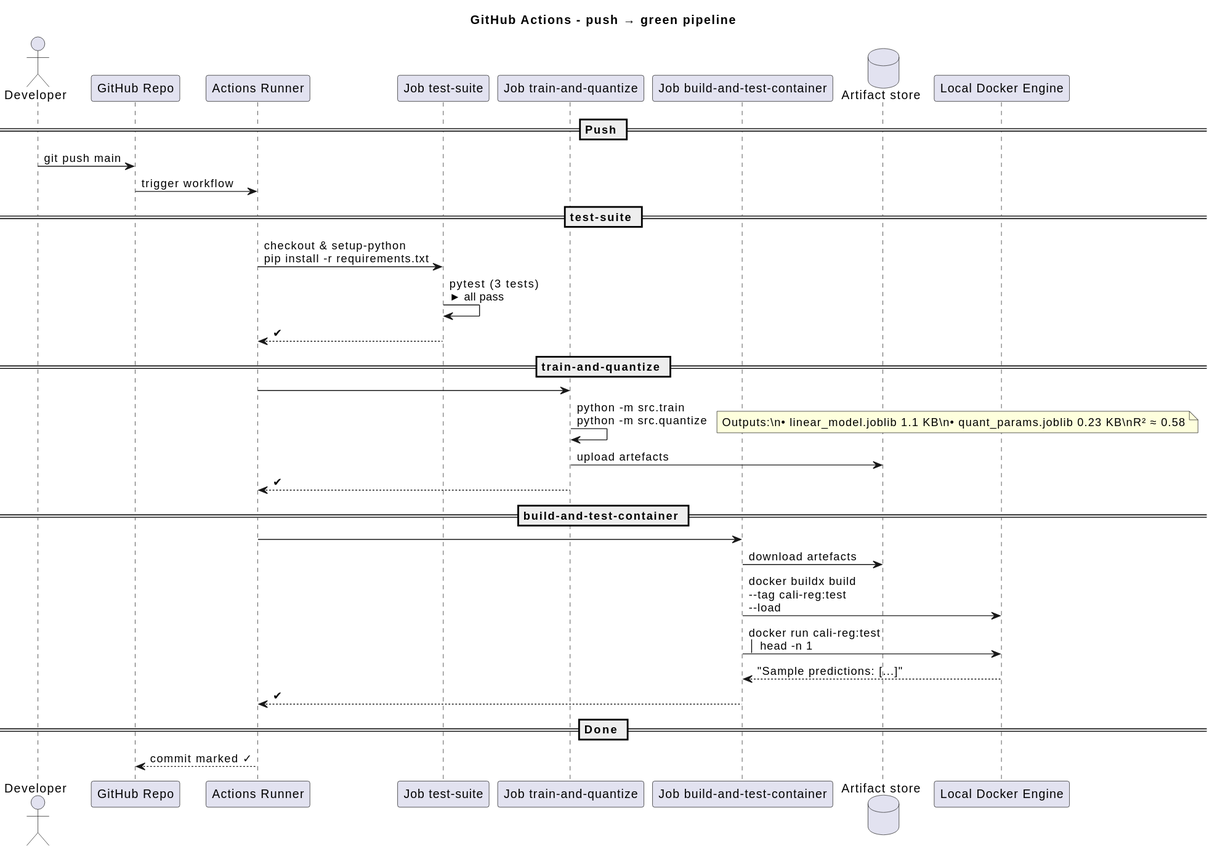
Before: docs/sequence.svg, a diagram exported from PlantUML (anup080002/mlops-linear-reg). Its diagram source:
```plantuml
@startuml
title  GitHub Actions - push → green pipeline

actor Dev  as "Developer"
participant GH   as "GitHub Repo"
participant Act  as "Actions Runner"
participant TS   as "Job test-suite"
participant TQ   as "Job train-and-quantize"
participant BT   as "Job build-and-test-container"
database   Art   as "Artifact store"
participant Dkr  as "Local Docker Engine"

== Push ==
Dev -> GH : git push main
GH  -> Act : trigger workflow

== test-suite ==
Act -> TS : checkout & setup-python\npip install -r requirements.txt
TS -> TS : pytest  (3 tests)\n► all pass
TS --> Act : ✔

== train-and-quantize ==
Act -> TQ
TQ -> TQ : python -m src.train\npython -m src.quantize
note right
Outputs:\n• linear_model.joblib 1.1 KB\n• quant_params.joblib 0.23 KB\nR² ≈ 0.58
end note
TQ -> Art : upload artefacts
TQ --> Act : ✔

== build-and-test-container ==
Act -> BT
BT -> Art : download artefacts
BT -> Dkr : docker buildx build\n--tag cali-reg:test\n--load
BT -> Dkr : docker run cali-reg:test\n│ head -n 1
Dkr --> BT : "Sample predictions: [...]"
BT --> Act : ✔

== Done ==
Act --> GH : commit marked ✓
@enduml
```
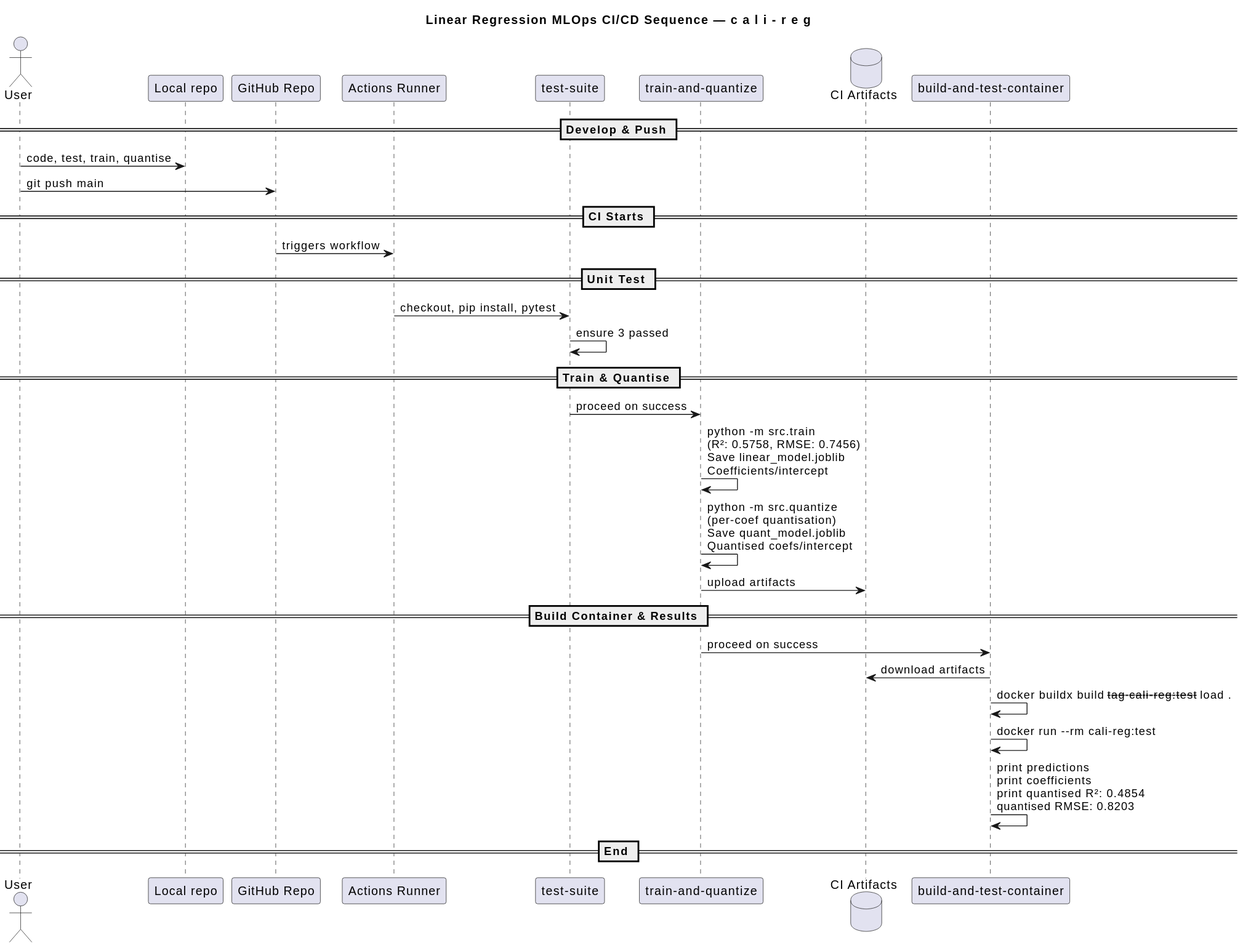
The same diagram one commit later.

What changed in the source:
```diff
@@ -1,41 +1,38 @@
 @startuml
-title  GitHub Actions - push → green pipeline
+title Linear Regression MLOps CI/CD Sequence — c a l i - r e g
 
-actor Dev  as "Developer"
-participant GH   as "GitHub Repo"
-participant Act  as "Actions Runner"
-participant TS   as "Job test-suite"
-participant TQ   as "Job train-and-quantize"
-participant BT   as "Job build-and-test-container"
-database   Art   as "Artifact store"
-participant Dkr  as "Local Docker Engine"
+actor User as Dev
+participant "Local repo" as Local
+participant "GitHub Repo" as GH
+participant "Actions Runner" as Act
+participant "test-suite" as Test
+participant "train-and-quantize" as TrainQ
+database "CI Artifacts" as Art
+participant "build-and-test-container" as Cont
 
-== Push ==
+== Develop & Push ==
+Dev -> Local : code, test, train, quantise
 Dev -> GH : git push main
-GH  -> Act : trigger workflow
 
-== test-suite ==
-Act -> TS : checkout & setup-python\npip install -r requirements.txt
-TS -> TS : pytest  (3 tests)\n► all pass
-TS --> Act : ✔
+== CI Starts ==
+GH -> Act : triggers workflow
 
-== train-and-quantize ==
-Act -> TQ
-TQ -> TQ : python -m src.train\npython -m src.quantize
-note right
-Outputs:\n• linear_model.joblib 1.1 KB\n• quant_params.joblib 0.23 KB\nR² ≈ 0.58
-end note
-TQ -> Art : upload artefacts
-TQ --> Act : ✔
+== Unit Test ==
+Act -> Test : checkout, pip install, pytest
+Test -> Test : ensure 3 passed
 
-== build-and-test-container ==
-Act -> BT
-BT -> Art : download artefacts
-BT -> Dkr : docker buildx build\n--tag cali-reg:test\n--load
-BT -> Dkr : docker run cali-reg:test\n│ head -n 1
-Dkr --> BT : "Sample predictions: [...]"
-BT --> Act : ✔
+== Train & Quantise ==
+Test -> TrainQ : proceed on success
+TrainQ -> TrainQ : python -m src.train\n(R²: 0.5758, RMSE: 0.7456)\nSave linear_model.joblib\nCoefficients/intercept
+TrainQ -> TrainQ : python -m src.quantize\n(per-coef quantisation)\nSave quant_model.joblib\nQuantised coefs/intercept
+TrainQ -> Art : upload artifacts
 
-== Done ==
-Act --> GH : commit marked ✓
+== Build Container & Results ==
+TrainQ -> Cont : proceed on success
+Cont -> Art : download artifacts
+Cont -> Cont : docker buildx build --tag cali-reg:test --load .
+Cont -> Cont : docker run --rm cali-reg:test
+Cont -> Cont : print predictions\nprint coefficients\nprint quantised R²: 0.4854\nquantised RMSE: 0.8203
+
+== End ==
 @enduml
```
